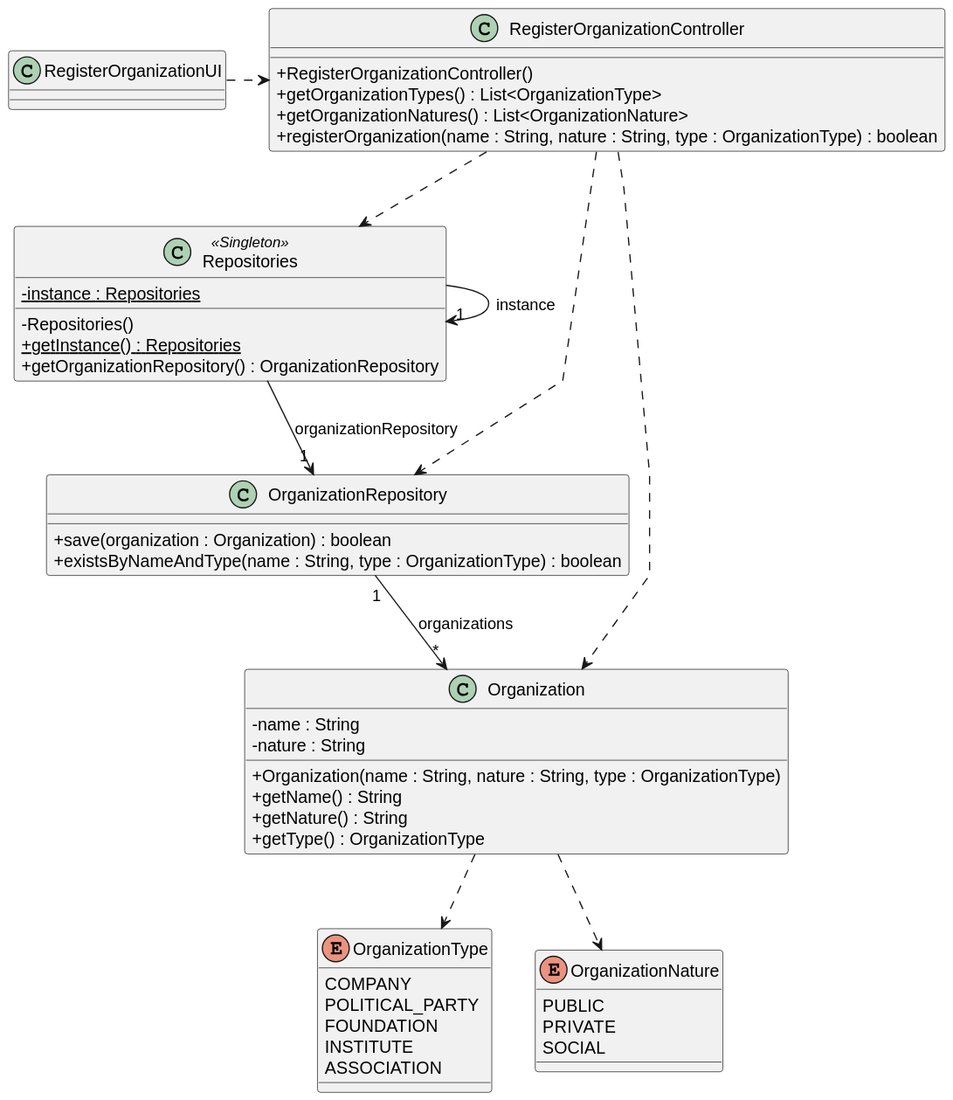
Earlier version of the PlantUML export docs/system-documentation/US04/03.design/svg/US04-CD.svg (brunodspinto/crystal-clear-platform). Its source is kept beside it as docs/system-documentation/US04/03.design/puml/US04-CD.puml.
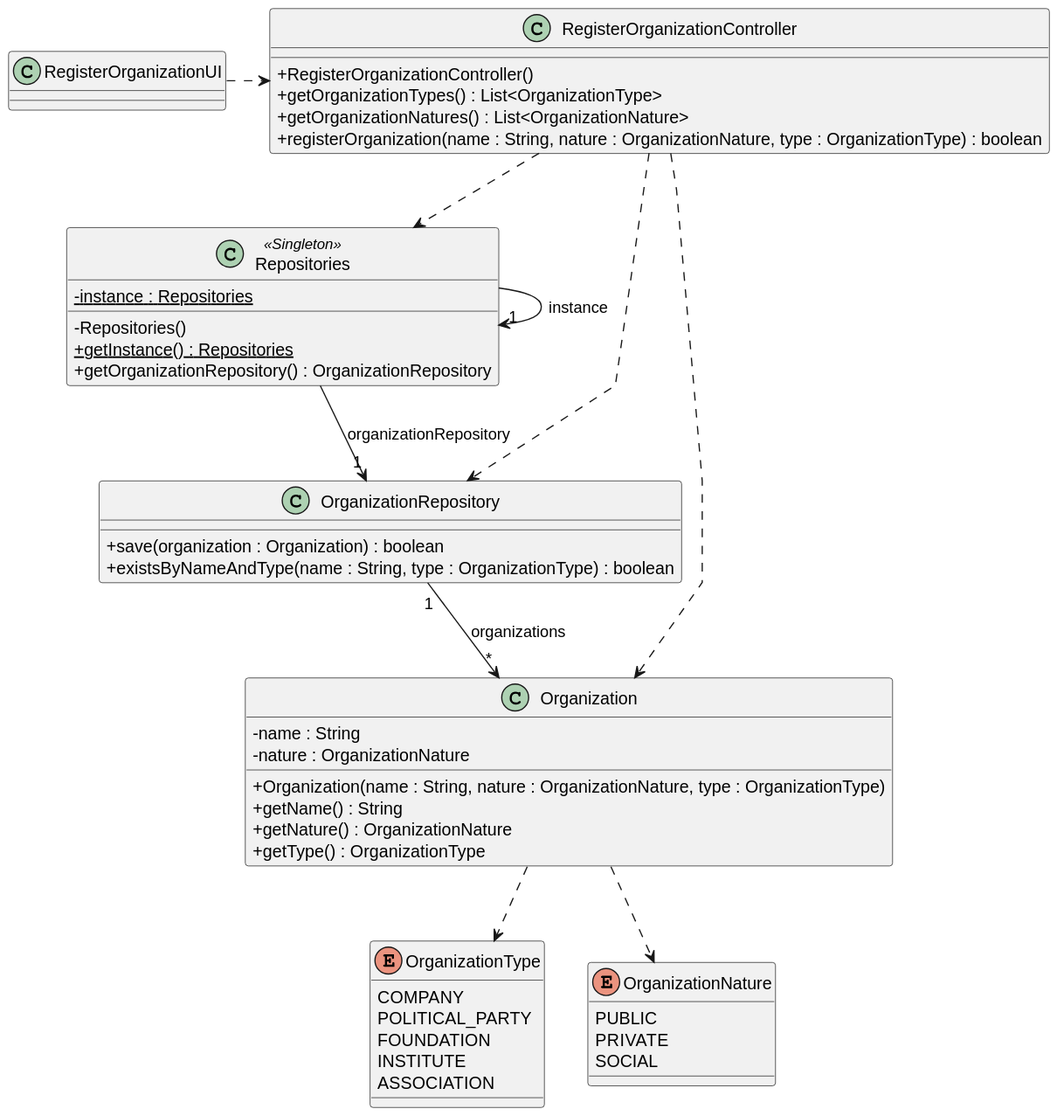
Later version of the same file.

Change to the diagram source:
```diff
@@ -11,7 +11,7 @@
     + RegisterOrganizationController()
     + getOrganizationTypes() : List<OrganizationType>
     + getOrganizationNatures() : List<OrganizationNature>
-    + registerOrganization(name : String, nature : String, type : OrganizationType) : boolean
+    + registerOrganization(name : String, nature : OrganizationNature, type : OrganizationType) : boolean
 }
 
 class Repositories <<Singleton>> {
@@ -28,10 +28,10 @@
 
 class Organization {
     - name : String
-    - nature : String
-    + Organization(name : String, nature : String, type : OrganizationType)
+    - nature : OrganizationNature
+    + Organization(name : String, nature : OrganizationNature, type : OrganizationType)
     + getName() : String
-    + getNature() : String
+    + getNature() : OrganizationNature
     + getType() : OrganizationType
 }
 
```
